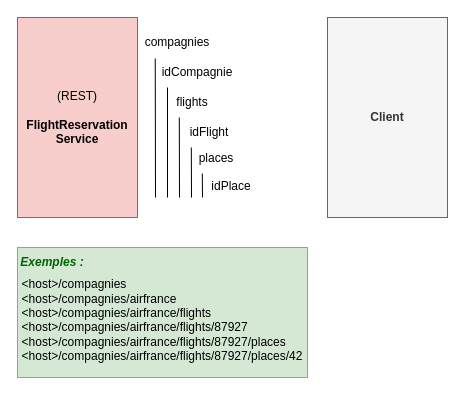
Above: doc/REST.drawio in KontainPluton/REST-Service (draw.io), before the change. Source tidied: cells renumbered, new cells numbered last; positions are measured from the earlier drawing's top-left corner, leaving out a move shared by most shapes. Both pictures are drawn from the tidied source at 100%, with x=0, y=0 at pixel (17, 17).
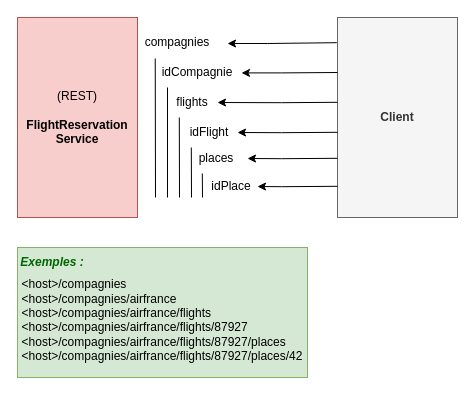
Above is the later version.

Unchanged cells that the change refers to:
```xml
<mxCell id="8" value="flights" style="text;html=1;strokeColor=none;fillColor=none;align=center;verticalAlign=middle;whiteSpace=wrap;rounded=0;" parent="1" vertex="1">
  <mxGeometry x="150" y="70" width="50" height="30" as="geometry" />
</mxCell>
```

Diff of the diagram source:
```diff
@@
+    <mxCell id="19" style="edgeStyle=none;rounded=0;orthogonalLoop=1;jettySize=auto;html=1;exitX=-0.006;exitY=0.146;exitDx=0;exitDy=0;exitPerimeter=0;" parent="1" edge="1">
+      <mxGeometry relative="1" as="geometry">
+        <mxPoint x="319.3" y="25.2" as="sourcePoint" />
+        <mxPoint x="210" y="26" as="targetPoint" />
+        <Array as="points">
+          <mxPoint x="250" y="26" />
+        </Array>
+      </mxGeometry>
+    </mxCell>
     <mxCell id="3" value="&lt;b&gt;Client&lt;/b&gt;" style="rounded=0;whiteSpace=wrap;html=1;fillColor=#f5f5f5;fontColor=#333333;strokeColor=#666666;" parent="1" vertex="1">
-      <mxGeometry x="310" width="120" height="200" as="geometry" />
+      <mxGeometry x="320" width="120" height="200" as="geometry" />
     </mxCell>
@@
+    <mxCell id="20" style="edgeStyle=none;rounded=0;orthogonalLoop=1;jettySize=auto;html=1;" parent="1" edge="1">
+      <mxGeometry relative="1" as="geometry">
+        <mxPoint x="320" y="55" as="sourcePoint" />
+        <mxPoint x="224" y="55.4" as="targetPoint" />
+        <Array as="points">
+          <mxPoint x="264" y="55.4" />
+        </Array>
+      </mxGeometry>
+    </mxCell>
+    <mxCell id="21" style="edgeStyle=none;rounded=0;jettySize=auto;html=1;entryX=1;entryY=0.5;entryDx=0;entryDy=0;" parent="1" edge="1" target="8">
+      <mxGeometry relative="1" as="geometry">
+        <mxPoint x="320" y="84.8" as="sourcePoint" />
+        <Array as="points">
+          <mxPoint x="264" y="85.2" />
+        </Array>
+      </mxGeometry>
+    </mxCell>
+    <mxCell id="22" style="edgeStyle=none;rounded=0;orthogonalLoop=1;jettySize=auto;html=1;" parent="1" edge="1">
+      <mxGeometry relative="1" as="geometry">
+        <mxPoint x="320" y="114.8" as="sourcePoint" />
+        <mxPoint x="220" y="115" as="targetPoint" />
+        <Array as="points">
+          <mxPoint x="264" y="115.2" />
+        </Array>
+      </mxGeometry>
+    </mxCell>
+    <mxCell id="23" style="edgeStyle=none;rounded=0;orthogonalLoop=1;jettySize=auto;html=1;" parent="1" edge="1">
+      <mxGeometry relative="1" as="geometry">
+        <mxPoint x="320" y="140.8" as="sourcePoint" />
+        <mxPoint x="230" y="141" as="targetPoint" />
+        <Array as="points">
+          <mxPoint x="264" y="141.2" />
+        </Array>
+      </mxGeometry>
+    </mxCell>
+    <mxCell id="24" style="edgeStyle=none;rounded=0;orthogonalLoop=1;jettySize=auto;html=1;" parent="1" edge="1">
+      <mxGeometry relative="1" as="geometry">
+        <mxPoint x="320" y="168.8" as="sourcePoint" />
+        <mxPoint x="240" y="169" as="targetPoint" />
+        <Array as="points">
+          <mxPoint x="264" y="169.2" />
+        </Array>
+      </mxGeometry>
+    </mxCell>
```
